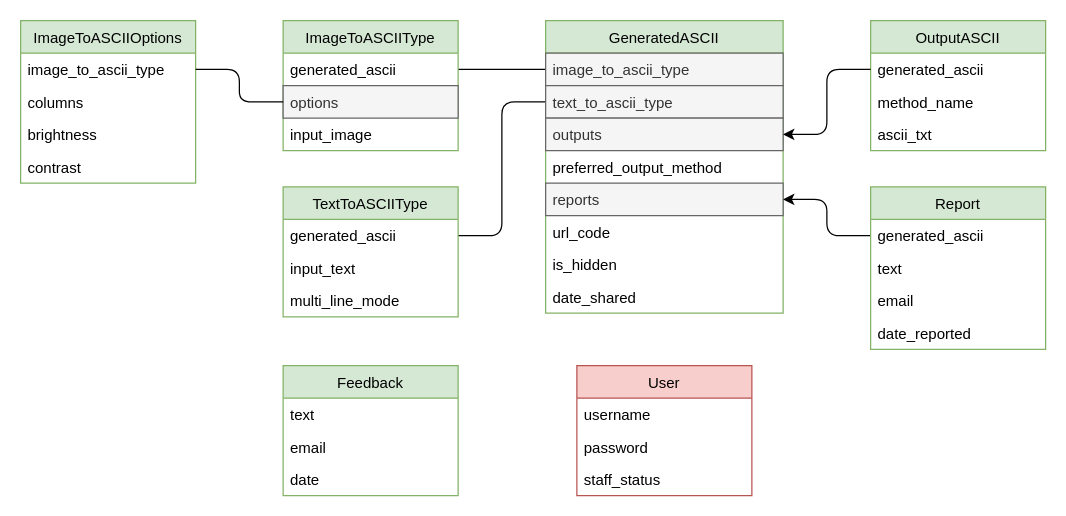
Above: .github/media/db scheme.drawio in hermanTenuki/ASCII-Generator.site (draw.io), before the change. Source tidied: cells renumbered, new cells numbered last; positions are measured from the earlier drawing's top-left corner, leaving out a move shared by most shapes. Both pictures are drawn from the tidied source at 125%, with x=0, y=0 at pixel (20, 20).
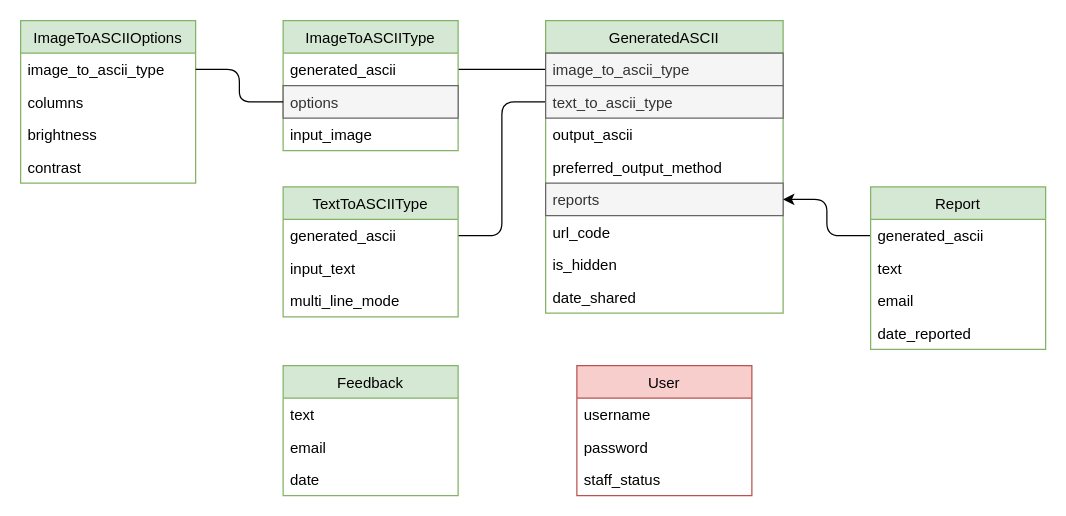
The same page after the edit.

Unchanged cells that the change refers to:
```xml
<mxCell id="4" value="GeneratedASCII" style="swimlane;fontStyle=0;horizontal=1;startSize=26;fillColor=#d5e8d4;strokeColor=#82b366;sketch=0;" parent="1" vertex="1">
  <mxGeometry x="420" width="190" height="234" as="geometry" />
</mxCell>
```

Diff of the diagram source:
```diff
@@
-    <mxCell id="7" value="outputs" style="text;strokeColor=#666666;fillColor=#f5f5f5;align=left;verticalAlign=top;spacingLeft=4;spacingRight=4;overflow=hidden;points=[[0,0.5],[1,0.5]];portConstraint=eastwest;fontColor=#333333;" parent="4" vertex="1">
+    <mxCell id="7" value="output_ascii" style="text;align=left;verticalAlign=top;spacingLeft=4;spacingRight=4;overflow=hidden;points=[[0,0.5],[1,0.5]];portConstraint=eastwest;" parent="4" vertex="1">
       <mxGeometry y="78" width="190" height="26" as="geometry" />
     </mxCell>
@@
-    <mxCell id="21" value="OutputASCII" style="swimlane;fontStyle=0;horizontal=1;startSize=26;fillColor=#d5e8d4;strokeColor=#82b366;sketch=0;" parent="1" vertex="1">
-      <mxGeometry x="680" width="140" height="104" as="geometry" />
-    </mxCell>
-    <mxCell id="22" value="generated_ascii" style="text;strokeColor=none;fillColor=none;align=left;verticalAlign=top;spacingLeft=4;spacingRight=4;overflow=hidden;points=[[0,0.5],[1,0.5]];portConstraint=eastwest;" parent="21" vertex="1">
-      <mxGeometry y="26" width="140" height="26" as="geometry" />
-    </mxCell>
-    <mxCell id="23" value="method_name" style="text;strokeColor=none;fillColor=none;align=left;verticalAlign=top;spacingLeft=4;spacingRight=4;overflow=hidden;" parent="21" vertex="1">
-      <mxGeometry y="52" width="140" height="26" as="geometry" />
-    </mxCell>
-    <mxCell id="24" value="ascii_txt" style="text;strokeColor=none;fillColor=none;align=left;verticalAlign=top;spacingLeft=4;spacingRight=4;overflow=hidden;" parent="21" vertex="1">
-      <mxGeometry y="78" width="140" height="26" as="geometry" />
-    </mxCell>
-    <mxCell id="25" style="endArrow=classic;html=1;edgeStyle=orthogonalEdgeStyle;" parent="1" edge="1" source="22" target="7">
-      <mxGeometry relative="1" as="geometry" />
-    </mxCell>
```
